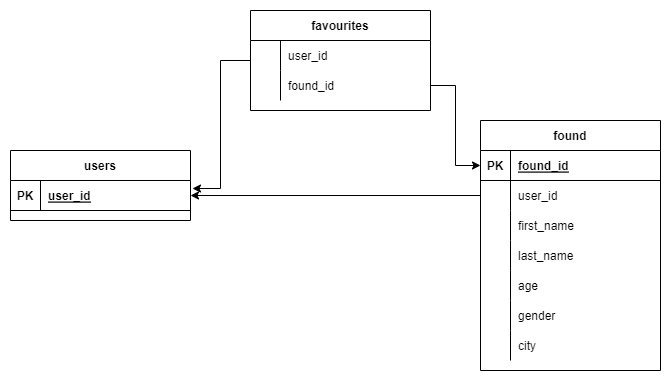
Above: Docs/scheme VKinder.drawio.png in apl1978/vkinder_vk_bot (draw.io), before the change. Source tidied: cells renumbered, new cells last; positions are measured from the earlier drawing's top-left corner, leaving out a move shared by most shapes. The source it was exported from:
```xml
<mxGraphModel>
  <root>
    <mxCell id="0" />
    <mxCell id="1" parent="0" />
    <mxCell id="2" value="users" style="shape=table;startSize=30;rowLines=0;fontStyle=1;align=center;" parent="1" vertex="1">
      <mxGeometry y="140" width="180" height="70" as="geometry" />
    </mxCell>
    <mxCell id="3" style="shape=tableRow;horizontal=0;startSize=0;swimlaneHead=0;swimlaneBody=0;fillColor=none;points=[[0,0.5],[1,0.5]];portConstraint=eastwest;top=0;left=0;right=0;bottom=1;" parent="2" vertex="1">
      <mxGeometry y="30" width="180" height="30" as="geometry" />
    </mxCell>
    <mxCell id="4" value="PK" style="shape=partialRectangle;fillColor=none;top=0;left=0;bottom=0;right=0;fontStyle=1;overflow=hidden;" parent="3" vertex="1">
      <mxGeometry width="30" height="30" as="geometry" />
    </mxCell>
    <mxCell id="5" value="user_id" style="shape=partialRectangle;fillColor=none;top=0;left=0;bottom=0;right=0;align=left;spacingLeft=6;fontStyle=5;overflow=hidden;" parent="3" vertex="1">
      <mxGeometry x="30" width="150" height="30" as="geometry" />
    </mxCell>
    <mxCell id="6" value="found" style="shape=table;startSize=30;rowLines=0;fontStyle=1;align=center;" parent="1" vertex="1">
      <mxGeometry x="470" y="110" width="180" height="250" as="geometry" />
    </mxCell>
    <mxCell id="7" style="shape=tableRow;horizontal=0;startSize=0;swimlaneHead=0;swimlaneBody=0;fillColor=none;points=[[0,0.5],[1,0.5]];portConstraint=eastwest;top=0;left=0;right=0;bottom=1;" parent="6" vertex="1">
      <mxGeometry y="30" width="180" height="30" as="geometry" />
    </mxCell>
    <mxCell id="8" value="PK" style="shape=partialRectangle;fillColor=none;top=0;left=0;bottom=0;right=0;fontStyle=1;overflow=hidden;" parent="7" vertex="1">
      <mxGeometry width="30" height="30" as="geometry" />
    </mxCell>
    <mxCell id="9" value="found_id" style="shape=partialRectangle;fillColor=none;top=0;left=0;bottom=0;right=0;align=left;spacingLeft=6;fontStyle=5;overflow=hidden;" parent="7" vertex="1">
      <mxGeometry x="30" width="150" height="30" as="geometry" />
    </mxCell>
    <mxCell id="10" style="shape=tableRow;horizontal=0;startSize=0;swimlaneHead=0;swimlaneBody=0;fillColor=none;points=[[0,0.5],[1,0.5]];portConstraint=eastwest;top=0;left=0;right=0;bottom=0;" parent="6" vertex="1">
      <mxGeometry y="60" width="180" height="30" as="geometry" />
    </mxCell>
    <mxCell id="11" style="shape=partialRectangle;fillColor=none;top=0;left=0;bottom=0;right=0;overflow=hidden;" parent="10" vertex="1">
      <mxGeometry width="30" height="30" as="geometry" />
    </mxCell>
    <mxCell id="12" value="user_id" style="shape=partialRectangle;fillColor=none;top=0;left=0;bottom=0;right=0;align=left;spacingLeft=6;overflow=hidden;" parent="10" vertex="1">
      <mxGeometry x="30" width="150" height="30" as="geometry" />
    </mxCell>
    <mxCell id="13" style="shape=tableRow;horizontal=0;startSize=0;swimlaneHead=0;swimlaneBody=0;fillColor=none;top=0;left=0;right=0;bottom=0;" parent="6" vertex="1">
      <mxGeometry y="90" width="180" height="30" as="geometry" />
    </mxCell>
    <mxCell id="14" style="shape=partialRectangle;fillColor=none;top=0;left=0;bottom=0;right=0;overflow=hidden;" parent="13" vertex="1">
      <mxGeometry width="30" height="30" as="geometry" />
    </mxCell>
    <mxCell id="15" value="first_name" style="shape=partialRectangle;fillColor=none;top=0;left=0;bottom=0;right=0;align=left;spacingLeft=6;overflow=hidden;" parent="13" vertex="1">
      <mxGeometry x="30" width="150" height="30" as="geometry" />
    </mxCell>
    <mxCell id="16" style="shape=tableRow;horizontal=0;startSize=0;swimlaneHead=0;swimlaneBody=0;fillColor=none;top=0;left=0;right=0;bottom=0;" parent="6" vertex="1">
      <mxGeometry y="120" width="180" height="30" as="geometry" />
    </mxCell>
    <mxCell id="17" style="shape=partialRectangle;fillColor=none;top=0;left=0;bottom=0;right=0;overflow=hidden;" parent="16" vertex="1">
      <mxGeometry width="30" height="30" as="geometry" />
    </mxCell>
    <mxCell id="18" value="last_name" style="shape=partialRectangle;fillColor=none;top=0;left=0;bottom=0;right=0;align=left;spacingLeft=6;overflow=hidden;" parent="16" vertex="1">
      <mxGeometry x="30" width="150" height="30" as="geometry" />
    </mxCell>
    <mxCell id="19" style="shape=tableRow;horizontal=0;startSize=0;swimlaneHead=0;swimlaneBody=0;fillColor=none;top=0;left=0;right=0;bottom=0;" parent="6" vertex="1">
      <mxGeometry y="150" width="180" height="30" as="geometry" />
    </mxCell>
    <mxCell id="20" style="shape=partialRectangle;fillColor=none;top=0;left=0;bottom=0;right=0;overflow=hidden;" parent="19" vertex="1">
      <mxGeometry width="30" height="30" as="geometry" />
    </mxCell>
    <mxCell id="21" value="age" style="shape=partialRectangle;fillColor=none;top=0;left=0;bottom=0;right=0;align=left;spacingLeft=6;overflow=hidden;" parent="19" vertex="1">
      <mxGeometry x="30" width="150" height="30" as="geometry" />
    </mxCell>
    <mxCell id="22" style="shape=tableRow;horizontal=0;startSize=0;swimlaneHead=0;swimlaneBody=0;fillColor=none;top=0;left=0;right=0;bottom=0;" parent="6" vertex="1">
      <mxGeometry y="180" width="180" height="30" as="geometry" />
    </mxCell>
    <mxCell id="23" style="shape=partialRectangle;fillColor=none;top=0;left=0;bottom=0;right=0;overflow=hidden;" parent="22" vertex="1">
      <mxGeometry width="30" height="30" as="geometry" />
    </mxCell>
    <mxCell id="24" value="gender" style="shape=partialRectangle;fillColor=none;top=0;left=0;bottom=0;right=0;align=left;spacingLeft=6;overflow=hidden;" parent="22" vertex="1">
      <mxGeometry x="30" width="150" height="30" as="geometry" />
    </mxCell>
    <mxCell id="25" style="shape=tableRow;horizontal=0;startSize=0;swimlaneHead=0;swimlaneBody=0;fillColor=none;top=0;left=0;right=0;bottom=0;" parent="6" vertex="1">
      <mxGeometry y="210" width="180" height="30" as="geometry" />
    </mxCell>
    <mxCell id="26" style="shape=partialRectangle;fillColor=none;top=0;left=0;bottom=0;right=0;overflow=hidden;" parent="25" vertex="1">
      <mxGeometry width="30" height="30" as="geometry" />
    </mxCell>
    <mxCell id="27" value="city" style="shape=partialRectangle;fillColor=none;top=0;left=0;bottom=0;right=0;align=left;spacingLeft=6;overflow=hidden;" parent="25" vertex="1">
      <mxGeometry x="30" width="150" height="30" as="geometry" />
    </mxCell>
    <mxCell id="28" style="edgeStyle=orthogonalEdgeStyle;rounded=0;jettySize=auto;html=1;exitX=0;exitY=0.5;exitDx=0;exitDy=0;entryX=1;entryY=0.5;entryDx=0;entryDy=0;" parent="1" edge="1" source="10" target="3">
      <mxGeometry relative="1" as="geometry" />
    </mxCell>
    <mxCell id="29" style="edgeStyle=orthogonalEdgeStyle;rounded=0;jettySize=auto;html=1;exitX=0;exitY=0.5;exitDx=0;exitDy=0;entryX=1.011;entryY=0.267;entryDx=0;entryDy=0;entryPerimeter=0;" parent="1" edge="1" source="30" target="3">
      <mxGeometry relative="1" as="geometry" />
    </mxCell>
    <mxCell id="30" value="favourites" style="shape=table;startSize=30;rowLines=0;fontStyle=1;align=center;" parent="1" vertex="1">
      <mxGeometry x="240" width="180" height="100" as="geometry" />
    </mxCell>
    <mxCell id="31" style="shape=tableRow;horizontal=0;startSize=0;swimlaneHead=0;swimlaneBody=0;fillColor=none;top=0;left=0;right=0;bottom=0;" parent="30" vertex="1">
      <mxGeometry y="30" width="180" height="30" as="geometry" />
    </mxCell>
    <mxCell id="32" style="shape=partialRectangle;fillColor=none;top=0;left=0;bottom=0;right=0;overflow=hidden;" parent="31" vertex="1">
      <mxGeometry width="30" height="30" as="geometry" />
    </mxCell>
    <mxCell id="33" value="user_id" style="shape=partialRectangle;fillColor=none;top=0;left=0;bottom=0;right=0;align=left;spacingLeft=6;overflow=hidden;" parent="31" vertex="1">
      <mxGeometry x="30" width="150" height="30" as="geometry" />
    </mxCell>
    <mxCell id="34" style="shape=tableRow;horizontal=0;startSize=0;swimlaneHead=0;swimlaneBody=0;fillColor=none;points=[[0,0.5],[1,0.5]];portConstraint=eastwest;top=0;left=0;right=0;bottom=0;" parent="30" vertex="1">
      <mxGeometry y="60" width="180" height="30" as="geometry" />
    </mxCell>
    <mxCell id="35" style="shape=partialRectangle;fillColor=none;top=0;left=0;bottom=0;right=0;overflow=hidden;" parent="34" vertex="1">
      <mxGeometry width="30" height="30" as="geometry" />
    </mxCell>
    <mxCell id="36" value="found_id" style="shape=partialRectangle;fillColor=none;top=0;left=0;bottom=0;right=0;align=left;spacingLeft=6;overflow=hidden;" parent="34" vertex="1">
      <mxGeometry x="30" width="150" height="30" as="geometry" />
    </mxCell>
    <mxCell id="37" style="edgeStyle=orthogonalEdgeStyle;rounded=0;jettySize=auto;html=1;exitX=1;exitY=0.5;exitDx=0;exitDy=0;entryX=0;entryY=0.5;entryDx=0;entryDy=0;" parent="1" edge="1" source="34" target="7">
      <mxGeometry relative="1" as="geometry" />
    </mxCell>
  </root>
</mxGraphModel>
```
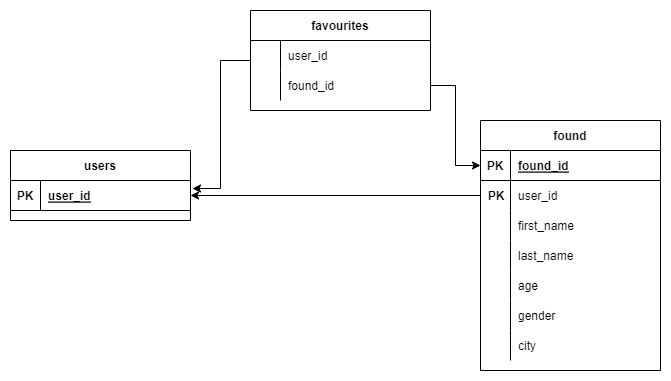
The same diagram one commit later.

The edit, as a diff of the source:
```diff
@@ -110,5 +110,8 @@
     <mxCell id="37" style="edgeStyle=orthogonalEdgeStyle;rounded=0;jettySize=auto;html=1;exitX=1;exitY=0.5;exitDx=0;exitDy=0;entryX=0;entryY=0.5;entryDx=0;entryDy=0;" parent="1" edge="1" source="34" target="7">
       <mxGeometry relative="1" as="geometry" />
     </mxCell>
+    <mxCell id="38" value="PK" style="shape=partialRectangle;fillColor=none;top=0;left=0;bottom=0;right=0;fontStyle=1;overflow=hidden;" parent="1" vertex="1">
+      <mxGeometry x="471" y="170" width="30" height="30" as="geometry" />
+    </mxCell>
   </root>
 </mxGraphModel>
```
